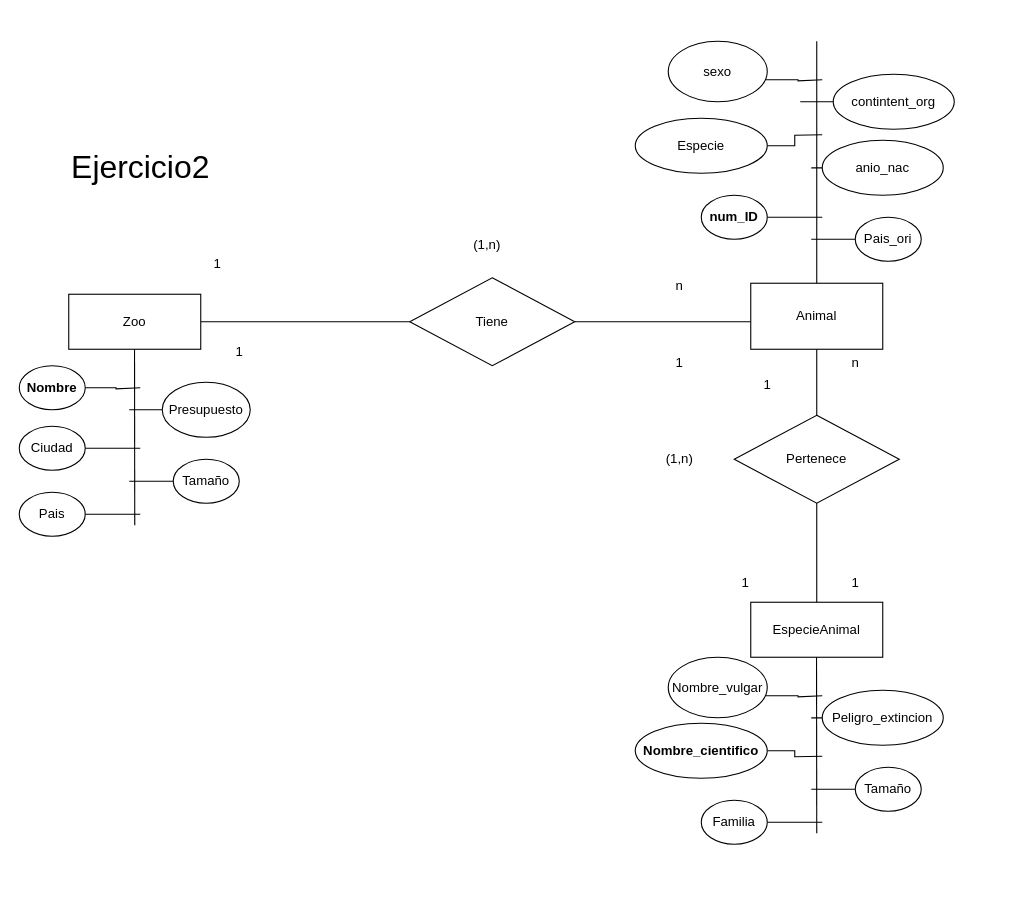
The draw.io diagram ejercicio2.drawio in victorsanchezr/abril23diagrama, before the edit. Source tidied: cells renumbered, new cells numbered last; positions are measured from the earlier drawing's top-left corner, leaving out a move shared by most shapes. Both pictures are drawn from the tidied source at 110%, with x=0, y=0 at pixel (19, 41).
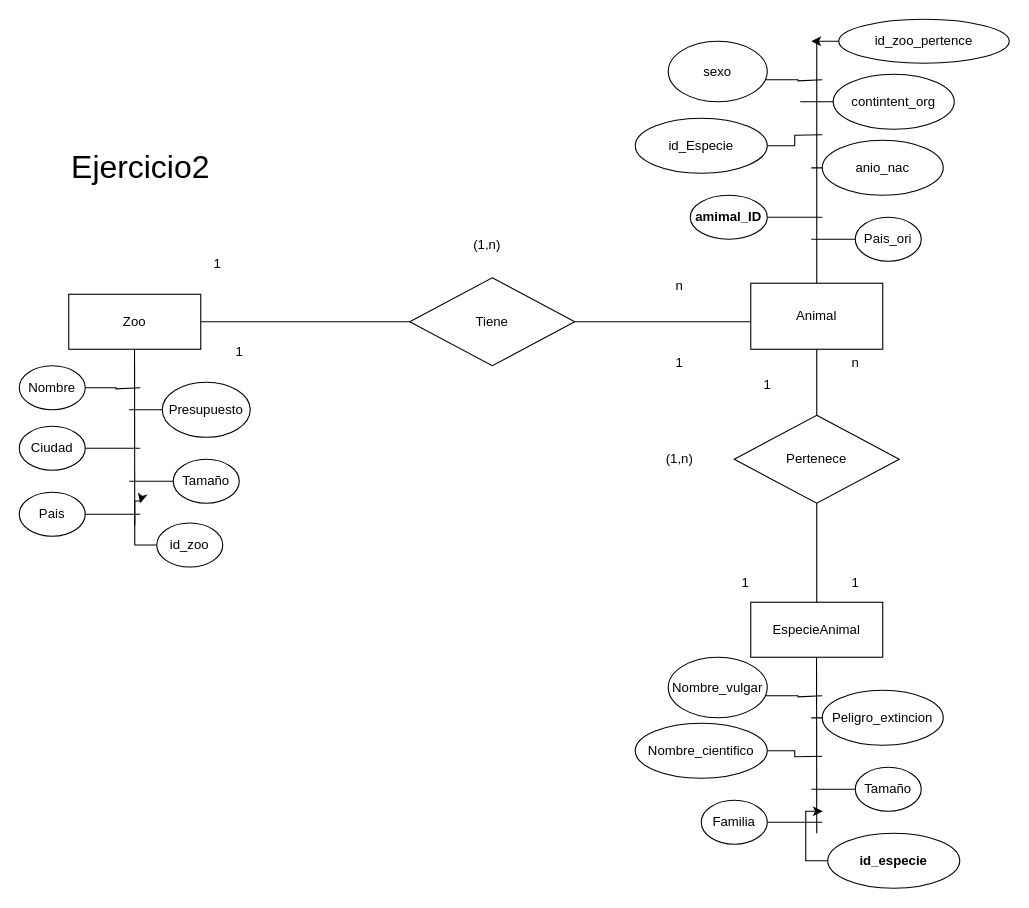
The same diagram, later.

Diff of the diagram source:
```diff
@@
-    <mxCell id="10" value="&lt;b&gt;Nombre&lt;/b&gt;" style="ellipse;whiteSpace=wrap;html=1;" parent="1" vertex="1">
+    <mxCell id="10" value="Nombre" style="ellipse;whiteSpace=wrap;html=1;" parent="1" vertex="1">
       <mxGeometry y="295" width="60" height="40" as="geometry" />
     </mxCell>
@@
-    <mxCell id="23" value="&lt;b&gt;Nombre_cientifico&lt;/b&gt;" style="ellipse;whiteSpace=wrap;html=1;" parent="1" vertex="1">
+    <mxCell id="23" value="Nombre_cientifico" style="ellipse;whiteSpace=wrap;html=1;" parent="1" vertex="1">
       <mxGeometry x="560" y="620" width="120" height="50" as="geometry" />
     </mxCell>
@@
-    <mxCell id="36" value="Especie" style="ellipse;whiteSpace=wrap;html=1;" parent="1" vertex="1">
+    <mxCell id="36" value="id_Especie" style="ellipse;whiteSpace=wrap;html=1;" parent="1" vertex="1">
       <mxGeometry x="560" y="70" width="120" height="50" as="geometry" />
     </mxCell>
@@
-    <mxCell id="38" value="&lt;b&gt;num_ID&lt;/b&gt;" style="ellipse;whiteSpace=wrap;html=1;" parent="1" vertex="1">
-      <mxGeometry x="620" y="140" width="60" height="40" as="geometry" />
+    <mxCell id="38" value="&lt;b&gt;amimal_ID&lt;/b&gt;" style="ellipse;whiteSpace=wrap;html=1;" parent="1" vertex="1">
+      <mxGeometry x="610" y="140" width="70" height="40" as="geometry" />
     </mxCell>
@@
+    <mxCell id="55" style="edgeStyle=orthogonalEdgeStyle;rounded=0;jettySize=auto;html=1;" parent="1" edge="1" source="56">
+      <mxGeometry relative="1" as="geometry">
+        <mxPoint x="110" y="420" as="targetPoint" />
+      </mxGeometry>
+    </mxCell>
+    <mxCell id="56" value="id_zoo" style="ellipse;whiteSpace=wrap;html=1;" parent="1" vertex="1">
+      <mxGeometry x="125" y="438" width="60" height="40" as="geometry" />
+    </mxCell>
+    <mxCell id="57" style="edgeStyle=orthogonalEdgeStyle;rounded=0;jettySize=auto;html=1;" parent="1" edge="1" source="58">
+      <mxGeometry relative="1" as="geometry">
+        <mxPoint x="720" as="targetPoint" />
+      </mxGeometry>
+    </mxCell>
+    <mxCell id="58" value="id_zoo_pertence" style="ellipse;whiteSpace=wrap;html=1;" parent="1" vertex="1">
+      <mxGeometry x="745" y="-20" width="155" height="40" as="geometry" />
+    </mxCell>
+    <mxCell id="59" style="edgeStyle=orthogonalEdgeStyle;rounded=0;jettySize=auto;html=1;" parent="1" edge="1" source="60">
+      <mxGeometry relative="1" as="geometry">
+        <mxPoint x="730" y="700" as="targetPoint" />
+      </mxGeometry>
+    </mxCell>
+    <mxCell id="60" value="&lt;b&gt;id_especie&lt;/b&gt;" style="ellipse;whiteSpace=wrap;html=1;" parent="1" vertex="1">
+      <mxGeometry x="735" y="720" width="120" height="50" as="geometry" />
+    </mxCell>
```
